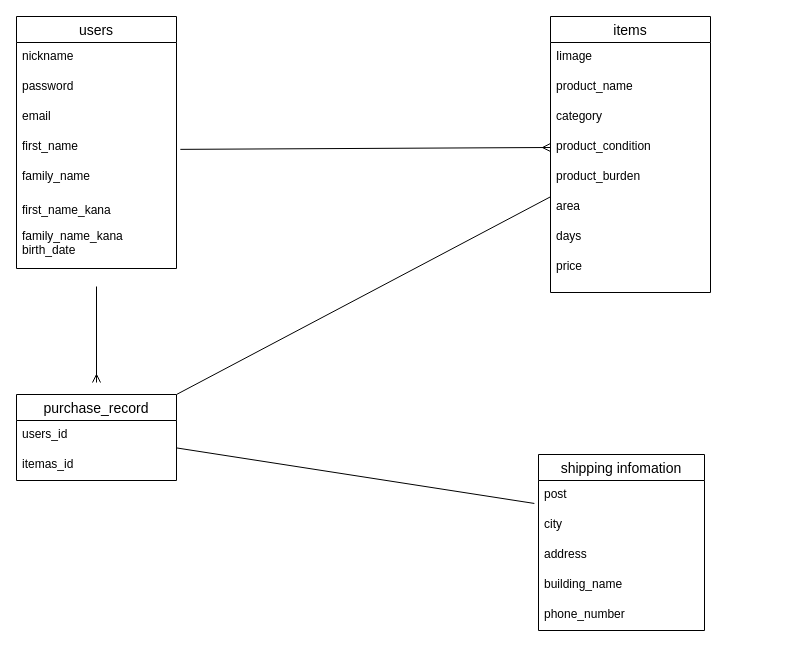
Above: page "ページ1" (1 of 2) of app/sample.dio in hayasitakahiro/furima-38152 (draw.io), before the change. Source tidied: cells renumbered, new cells numbered last; positions are measured from the earlier drawing's top-left corner, leaving out a move shared by most shapes. Both pictures are drawn from the tidied source at 100%, with x=0, y=0 at pixel (16, 16).
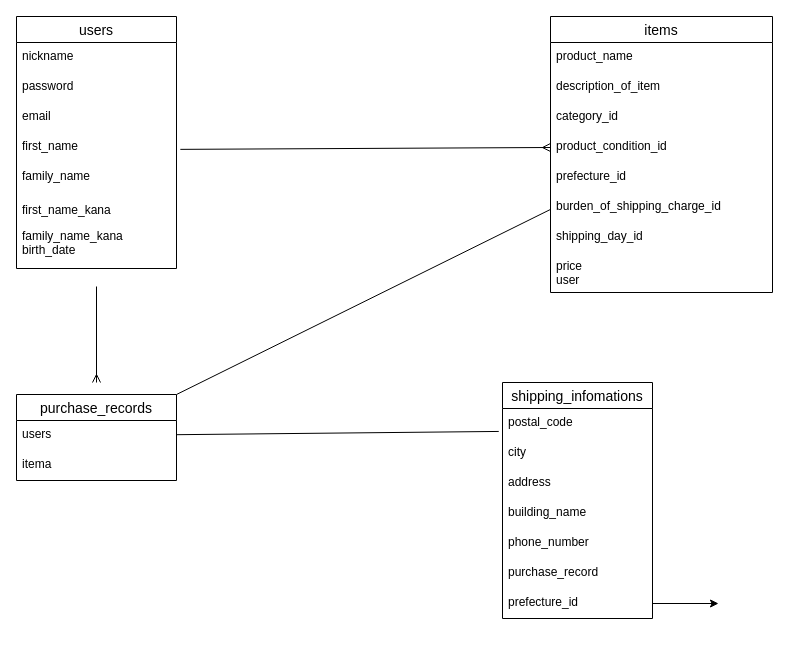
The same diagram, later.

The edit, as a diff of the source:
```diff
@@
     <mxCell id="3" value="items" style="swimlane;fontStyle=0;horizontal=1;startSize=26;align=center;fontSize=14;" parent="1" vertex="1">
-      <mxGeometry x="534" width="160" height="276" as="geometry" />
+      <mxGeometry x="534" width="222" height="276" as="geometry" />
     </mxCell>
-    <mxCell id="4" value="Iimage" style="text;strokeColor=none;fillColor=none;spacingLeft=4;spacingRight=4;overflow=hidden;fontSize=12;" parent="3" vertex="1">
-      <mxGeometry y="26" width="160" height="30" as="geometry" />
+    <mxCell id="4" value="product_name" style="text;strokeColor=none;fillColor=none;spacingLeft=4;spacingRight=4;overflow=hidden;fontSize=12;" parent="3" vertex="1">
+      <mxGeometry y="26" width="222" height="30" as="geometry" />
     </mxCell>
-    <mxCell id="5" value="product_name" style="text;strokeColor=none;fillColor=none;spacingLeft=4;spacingRight=4;overflow=hidden;fontSize=12;" parent="3" vertex="1">
-      <mxGeometry y="56" width="160" height="30" as="geometry" />
+    <mxCell id="5" value="description_of_item" style="text;strokeColor=none;fillColor=none;spacingLeft=4;spacingRight=4;overflow=hidden;fontSize=12;" parent="3" vertex="1">
+      <mxGeometry y="56" width="222" height="30" as="geometry" />
     </mxCell>
-    <mxCell id="6" value="category" style="text;strokeColor=none;fillColor=none;spacingLeft=4;spacingRight=4;overflow=hidden;fontSize=12;" parent="3" vertex="1">
-      <mxGeometry y="86" width="160" height="30" as="geometry" />
+    <mxCell id="6" value="category_id" style="text;strokeColor=none;fillColor=none;spacingLeft=4;spacingRight=4;overflow=hidden;fontSize=12;" parent="3" vertex="1">
+      <mxGeometry y="86" width="222" height="30" as="geometry" />
     </mxCell>
-    <mxCell id="7" value="product_condition" style="text;strokeColor=none;fillColor=none;spacingLeft=4;spacingRight=4;overflow=hidden;points=[[0,0.5],[1,0.5]];portConstraint=eastwest;fontSize=12;" parent="3" vertex="1">
-      <mxGeometry y="116" width="160" height="30" as="geometry" />
+    <mxCell id="7" value="product_condition_id" style="text;strokeColor=none;fillColor=none;spacingLeft=4;spacingRight=4;overflow=hidden;points=[[0,0.5],[1,0.5]];portConstraint=eastwest;fontSize=12;" parent="3" vertex="1">
+      <mxGeometry y="116" width="222" height="30" as="geometry" />
     </mxCell>
-    <mxCell id="8" value="product_burden" style="text;strokeColor=none;fillColor=none;spacingLeft=4;spacingRight=4;overflow=hidden;fontSize=12;" parent="3" vertex="1">
-      <mxGeometry y="146" width="160" height="30" as="geometry" />
+    <mxCell id="8" value="prefecture_id" style="text;strokeColor=none;fillColor=none;spacingLeft=4;spacingRight=4;overflow=hidden;fontSize=12;" parent="3" vertex="1">
+      <mxGeometry y="146" width="222" height="30" as="geometry" />
     </mxCell>
-    <mxCell id="9" value="area" style="text;strokeColor=none;fillColor=none;spacingLeft=4;spacingRight=4;overflow=hidden;fontSize=12;" parent="3" vertex="1">
-      <mxGeometry y="176" width="160" height="30" as="geometry" />
+    <mxCell id="9" value="burden_of_shipping_charge_id" style="text;strokeColor=none;fillColor=none;spacingLeft=4;spacingRight=4;overflow=hidden;fontSize=12;" parent="3" vertex="1">
+      <mxGeometry y="176" width="222" height="30" as="geometry" />
     </mxCell>
-    <mxCell id="10" value="days" style="text;strokeColor=none;fillColor=none;spacingLeft=4;spacingRight=4;overflow=hidden;fontSize=12;" parent="3" vertex="1">
-      <mxGeometry y="206" width="160" height="70" as="geometry" />
+    <mxCell id="10" value="shipping_day_id" style="text;strokeColor=none;fillColor=none;spacingLeft=4;spacingRight=4;overflow=hidden;fontSize=12;" parent="3" vertex="1">
+      <mxGeometry y="206" width="222" height="70" as="geometry" />
     </mxCell>
@@
-    <mxCell id="16" value="purchase_record" style="swimlane;fontStyle=0;horizontal=1;startSize=26;align=center;fontSize=14;" parent="1" vertex="1">
+    <mxCell id="16" value="purchase_records" style="swimlane;fontStyle=0;horizontal=1;startSize=26;align=center;fontSize=14;" parent="1" vertex="1">
       <mxGeometry y="378" width="160" height="86" as="geometry" />
     </mxCell>
-    <mxCell id="17" value="users_id" style="text;strokeColor=none;fillColor=none;spacingLeft=4;spacingRight=4;overflow=hidden;points=[[0,0.5],[1,0.5]];portConstraint=eastwest;fontSize=12;" parent="16" vertex="1">
+    <mxCell id="17" value="users" style="text;strokeColor=none;fillColor=none;spacingLeft=4;spacingRight=4;overflow=hidden;points=[[0,0.5],[1,0.5]];portConstraint=eastwest;fontSize=12;" parent="16" vertex="1">
       <mxGeometry y="26" width="160" height="30" as="geometry" />
     </mxCell>
-    <mxCell id="18" value="itemas_id" style="text;strokeColor=none;fillColor=none;spacingLeft=4;spacingRight=4;overflow=hidden;fontSize=12;" parent="16" vertex="1">
+    <mxCell id="18" value="itema" style="text;strokeColor=none;fillColor=none;spacingLeft=4;spacingRight=4;overflow=hidden;fontSize=12;" parent="16" vertex="1">
       <mxGeometry y="56" width="160" height="30" as="geometry" />
     </mxCell>
-    <mxCell id="19" value="shipping infomation" style="swimlane;fontStyle=0;horizontal=1;startSize=26;align=center;fontSize=14;" parent="1" vertex="1">
-      <mxGeometry x="522" y="438" width="166" height="176" as="geometry" />
+    <mxCell id="19" value="shipping_infomations" style="swimlane;fontStyle=0;horizontal=1;startSize=26;align=center;fontSize=14;" parent="1" vertex="1">
+      <mxGeometry x="486" y="366" width="150" height="236" as="geometry" />
     </mxCell>
-    <mxCell id="20" value="post" style="text;strokeColor=none;fillColor=none;spacingLeft=4;spacingRight=4;overflow=hidden;points=[[0,0.5],[1,0.5]];portConstraint=eastwest;fontSize=12;" parent="19" vertex="1">
-      <mxGeometry y="26" width="166" height="30" as="geometry" />
+    <mxCell id="20" value="postal_code" style="text;strokeColor=none;fillColor=none;spacingLeft=4;spacingRight=4;overflow=hidden;points=[[0,0.5],[1,0.5]];portConstraint=eastwest;fontSize=12;" parent="19" vertex="1">
+      <mxGeometry y="26" width="150" height="30" as="geometry" />
     </mxCell>
     <mxCell id="21" value="city" style="text;strokeColor=none;fillColor=none;spacingLeft=4;spacingRight=4;overflow=hidden;fontSize=12;" parent="19" vertex="1">
-      <mxGeometry y="56" width="166" height="30" as="geometry" />
+      <mxGeometry y="56" width="150" height="30" as="geometry" />
     </mxCell>
     <mxCell id="22" value="address" style="text;strokeColor=none;fillColor=none;spacingLeft=4;spacingRight=4;overflow=hidden;fontSize=12;" parent="19" vertex="1">
-      <mxGeometry y="86" width="166" height="30" as="geometry" />
+      <mxGeometry y="86" width="150" height="30" as="geometry" />
     </mxCell>
     <mxCell id="23" value="building_name" style="text;strokeColor=none;fillColor=none;spacingLeft=4;spacingRight=4;overflow=hidden;fontSize=12;" parent="19" vertex="1">
-      <mxGeometry y="116" width="166" height="30" as="geometry" />
+      <mxGeometry y="116" width="150" height="30" as="geometry" />
     </mxCell>
-    <mxCell id="24" value="phone_number" style="text;strokeColor=none;fillColor=none;spacingLeft=4;spacingRight=4;overflow=hidden;fontSize=12;" parent="19" vertex="1">
-      <mxGeometry y="146" width="166" height="30" as="geometry" />
+    <mxCell id="24" value="phone_number&#10;" style="text;strokeColor=none;fillColor=none;spacingLeft=4;spacingRight=4;overflow=hidden;fontSize=12;" parent="19" vertex="1">
+      <mxGeometry y="146" width="150" height="30" as="geometry" />
     </mxCell>
+    <mxCell id="32" value="purchase_record" style="text;strokeColor=none;fillColor=none;spacingLeft=4;spacingRight=4;overflow=hidden;fontSize=12;" parent="19" vertex="1">
+      <mxGeometry y="176" width="150" height="30" as="geometry" />
+    </mxCell>
+    <mxCell id="33" value="prefecture_id" style="text;strokeColor=none;fillColor=none;spacingLeft=4;spacingRight=4;overflow=hidden;points=[[0,0.5],[1,0.5]];portConstraint=eastwest;fontSize=12;" parent="19" vertex="1">
+      <mxGeometry y="206" width="150" height="30" as="geometry" />
+    </mxCell>
@@
-    <mxCell id="28" value="price" style="text;strokeColor=none;fillColor=none;spacingLeft=4;spacingRight=4;overflow=hidden;fontSize=12;" parent="1" vertex="1">
+    <mxCell id="28" value="price&#10;user" style="text;strokeColor=none;fillColor=none;spacingLeft=4;spacingRight=4;overflow=hidden;fontSize=12;" parent="1" vertex="1">
       <mxGeometry x="534" y="236" width="160" height="30" as="geometry" />
     </mxCell>
@@
+    <mxCell id="34" style="edgeStyle=none;html=1;" parent="1" edge="1" source="33">
+      <mxGeometry relative="1" as="geometry">
+        <mxPoint x="702" y="587" as="targetPoint" />
+      </mxGeometry>
+    </mxCell>
```
